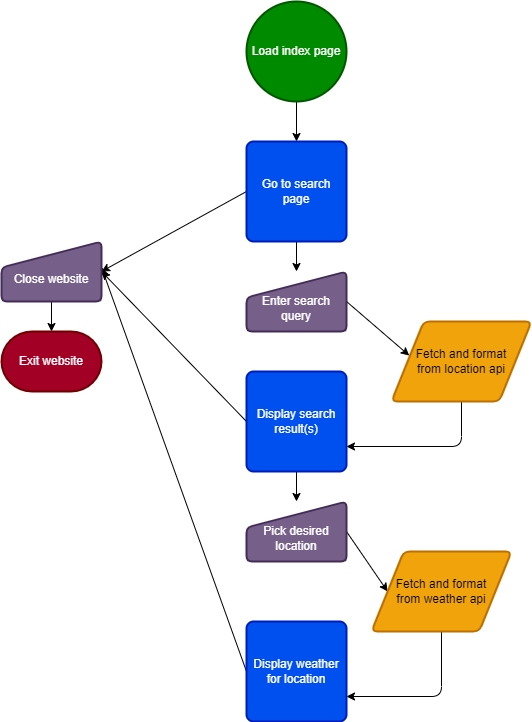
The draw.io diagram resources/uml/flow.png in Myrstad/IT2-norway-weather, before a commit. Source tidied: cells renumbered, new cells last; positions are measured from the earlier drawing's top-left corner, leaving out a move shared by most shapes.
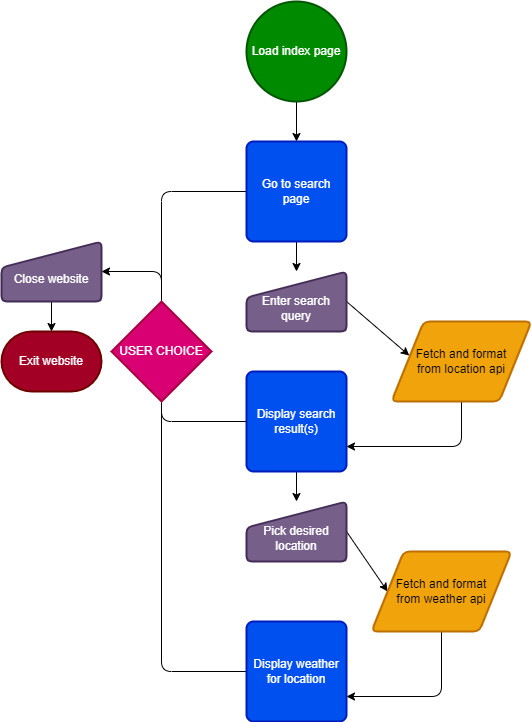
After the change.

What changed in the source:
```diff
@@ -17,18 +17,19 @@
     <mxCell id="6" style="edgeStyle=none;html=1;exitX=0.5;exitY=1;exitDx=0;exitDy=0;entryX=0.5;entryY=0;entryDx=0;entryDy=0;" parent="1" edge="1" source="8" target="5">
       <mxGeometry relative="1" as="geometry" />
     </mxCell>
-    <mxCell id="7" style="edgeStyle=none;html=1;exitX=0;exitY=0.5;exitDx=0;exitDy=0;entryX=1;entryY=0.5;entryDx=0;entryDy=0;" parent="1" edge="1" source="8" target="18">
-      <mxGeometry relative="1" as="geometry" />
-    </mxCell>
+    <mxCell id="23" style="edgeStyle=none;html=1;exitX=0;exitY=0.5;exitDx=0;exitDy=0;entryX=0.5;entryY=0;entryDx=0;entryDy=0;entryPerimeter=0;strokeColor=default;endArrow=none;endFill=0;" parent="1" edge="1" source="8" target="27">
+      <mxGeometry relative="1" as="geometry">
+        <Array as="points">
+          <mxPoint x="160" y="190" />
+        </Array>
+      </mxGeometry>
+    </mxCell>
     <mxCell id="8" value="Go to search page" style="rounded=1;whiteSpace=wrap;html=1;absoluteArcSize=1;arcSize=14;strokeWidth=2;fillColor=#0050ef;fontColor=#ffffff;strokeColor=#001DBC;" parent="1" vertex="1">
       <mxGeometry x="245" y="140" width="100" height="100" as="geometry" />
     </mxCell>
     <mxCell id="9" style="edgeStyle=none;html=1;exitX=0.5;exitY=1;exitDx=0;exitDy=0;entryX=0.5;entryY=0;entryDx=0;entryDy=0;" parent="1" edge="1" source="11" target="13">
       <mxGeometry relative="1" as="geometry" />
     </mxCell>
-    <mxCell id="10" style="edgeStyle=none;html=1;exitX=0;exitY=0.5;exitDx=0;exitDy=0;entryX=1;entryY=0.5;entryDx=0;entryDy=0;" parent="1" edge="1" source="11" target="18">
-      <mxGeometry relative="1" as="geometry" />
-    </mxCell>
     <mxCell id="11" value="Display search result(s)" style="rounded=1;whiteSpace=wrap;html=1;absoluteArcSize=1;arcSize=14;strokeWidth=2;fillColor=#0050ef;fontColor=#ffffff;strokeColor=#001DBC;" parent="1" vertex="1">
       <mxGeometry x="245" y="370" width="100" height="100" as="geometry" />
     </mxCell>
@@ -38,11 +39,13 @@
     <mxCell id="13" value="&lt;br&gt;Pick desired location" style="html=1;strokeWidth=2;shape=manualInput;whiteSpace=wrap;rounded=1;size=26;arcSize=11;fillColor=#76608a;fontColor=#ffffff;strokeColor=#432D57;" parent="1" vertex="1">
       <mxGeometry x="245" y="500" width="100" height="60" as="geometry" />
     </mxCell>
-    <mxCell id="14" style="edgeStyle=none;html=1;exitX=0;exitY=0.5;exitDx=0;exitDy=0;" parent="1" edge="1" source="15">
-      <mxGeometry relative="1" as="geometry">
-        <mxPoint x="100" y="265.9" as="targetPoint" />
-      </mxGeometry>
-    </mxCell>
+    <mxCell id="24" style="edgeStyle=none;html=1;exitX=0;exitY=0.5;exitDx=0;exitDy=0;entryX=0.5;entryY=1;entryDx=0;entryDy=0;entryPerimeter=0;strokeColor=default;endArrow=none;endFill=0;" parent="1" edge="1" source="15" target="27">
+      <mxGeometry relative="1" as="geometry">
+        <Array as="points">
+          <mxPoint x="160" y="670" />
+        </Array>
+      </mxGeometry>
+    </mxCell>
     <mxCell id="15" value="Display weather for location" style="rounded=1;whiteSpace=wrap;html=1;absoluteArcSize=1;arcSize=14;strokeWidth=2;fillColor=#0050ef;fontColor=#ffffff;strokeColor=#001DBC;" parent="1" vertex="1">
       <mxGeometry x="245" y="620" width="100" height="100" as="geometry" />
     </mxCell>
@@ -75,5 +78,22 @@
     <mxCell id="22" value="Fetch and format &lt;br&gt;from weather api" style="shape=parallelogram;html=1;strokeWidth=2;perimeter=parallelogramPerimeter;whiteSpace=wrap;rounded=1;arcSize=12;size=0.23;fillColor=#f0a30a;fontColor=#000000;strokeColor=#BD7000;" parent="1" vertex="1">
       <mxGeometry x="370" y="550" width="140" height="80" as="geometry" />
     </mxCell>
+    <mxCell id="25" style="edgeStyle=none;html=1;exitX=0;exitY=0.5;exitDx=0;exitDy=0;entryX=0.5;entryY=1;entryDx=0;entryDy=0;endArrow=none;entryPerimeter=0;" parent="1" edge="1" source="11" target="27">
+      <mxGeometry relative="1" as="geometry">
+        <Array as="points">
+          <mxPoint x="160" y="420" />
+        </Array>
+      </mxGeometry>
+    </mxCell>
+    <mxCell id="26" style="edgeStyle=none;html=1;exitX=0.5;exitY=0;exitDx=0;exitDy=0;exitPerimeter=0;entryX=1;entryY=0.5;entryDx=0;entryDy=0;strokeColor=default;" parent="1" edge="1" source="27" target="18">
+      <mxGeometry relative="1" as="geometry">
+        <Array as="points">
+          <mxPoint x="160" y="270" />
+        </Array>
+      </mxGeometry>
+    </mxCell>
+    <mxCell id="27" value="USER CHOICE" style="strokeWidth=2;html=1;shape=mxgraph.flowchart.decision;whiteSpace=wrap;fillColor=#d80073;fontColor=#ffffff;strokeColor=#A50040;" parent="1" vertex="1">
+      <mxGeometry x="110" y="300" width="100" height="100" as="geometry" />
+    </mxCell>
   </root>
 </mxGraphModel>
```
